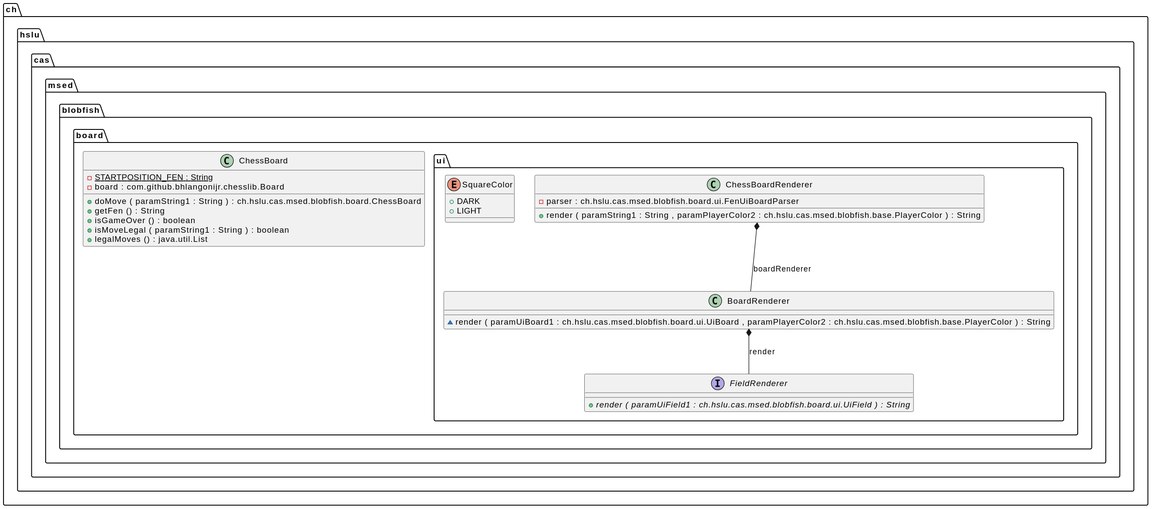
The PlantUML diagram docs/generated-diagrams/board.svg in l2c0r3/blobfish, before a commit. Source of this version:
```plantuml
@startuml
class ch.hslu.cas.msed.blobfish.board.ChessBoard {
	{field} {static} -STARTPOSITION_FEN : String
	{field} -board : com.github.bhlangonijr.chesslib.Board
	{method} +doMove ( paramString1 : String ) : ch.hslu.cas.msed.blobfish.board.ChessBoard
	{method} +getFen () : String
	{method} +isGameOver () : boolean
	{method} +isMoveLegal ( paramString1 : String ) : boolean
	{method} +legalMoves () : java.util.List
}


class ch.hslu.cas.msed.blobfish.board.ui.BoardRenderer {
	{method} ~render ( paramUiBoard1 : ch.hslu.cas.msed.blobfish.board.ui.UiBoard , paramPlayerColor2 : ch.hslu.cas.msed.blobfish.base.PlayerColor ) : String
}


class ch.hslu.cas.msed.blobfish.board.ui.ChessBoardRenderer {
	{field} -parser : ch.hslu.cas.msed.blobfish.board.ui.FenUiBoardParser
	{method} +render ( paramString1 : String , paramPlayerColor2 : ch.hslu.cas.msed.blobfish.base.PlayerColor ) : String
}


interface ch.hslu.cas.msed.blobfish.board.ui.FieldRenderer {
	{method}  {abstract} +render ( paramUiField1 : ch.hslu.cas.msed.blobfish.board.ui.UiField ) : String
}


enum ch.hslu.cas.msed.blobfish.board.ui.SquareColor {
	{field} +DARK
	{field} +LIGHT
}




ch.hslu.cas.msed.blobfish.board.ui.BoardRenderer *--  ch.hslu.cas.msed.blobfish.board.ui.FieldRenderer : render
ch.hslu.cas.msed.blobfish.board.ui.ChessBoardRenderer *--  ch.hslu.cas.msed.blobfish.board.ui.BoardRenderer : boardRenderer
@enduml
```
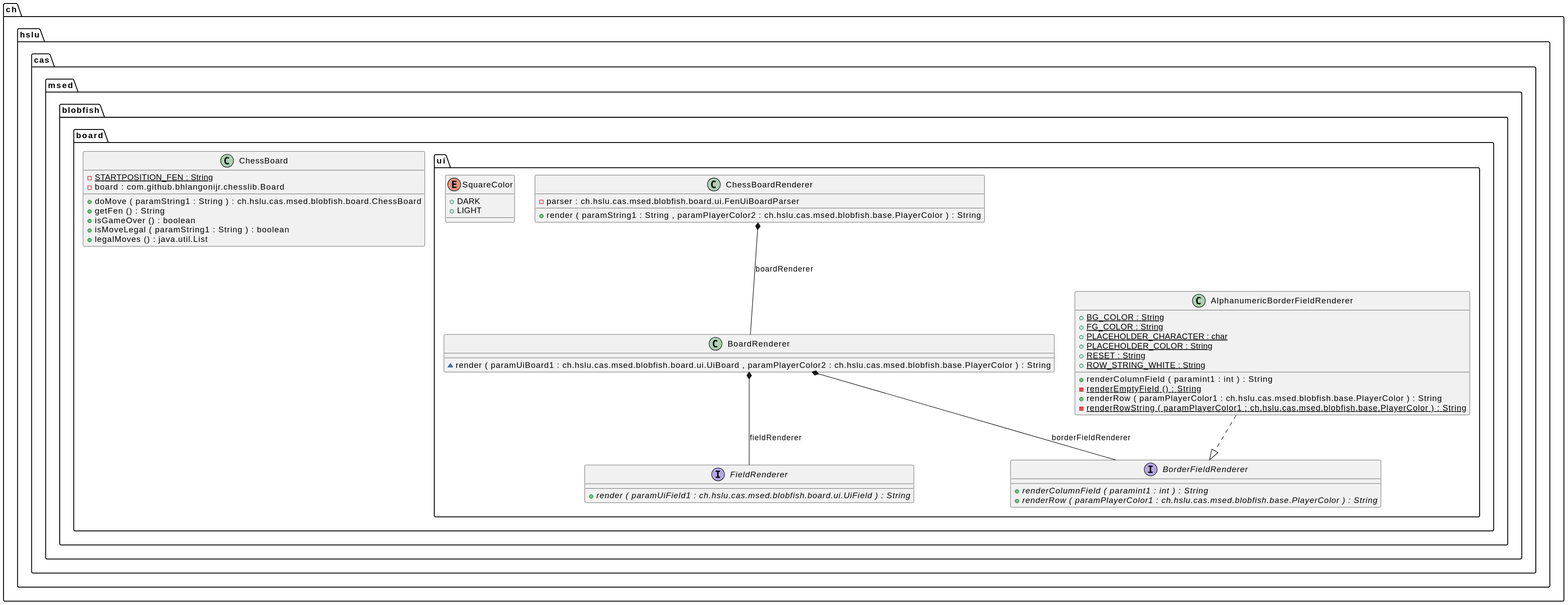
The same diagram one commit later.

Commit message:
update generated UML diagrams

Change to the diagram source:
```diff
@@ -10,8 +10,28 @@
 }
 
 
+class ch.hslu.cas.msed.blobfish.board.ui.AlphanumericBorderFieldRenderer {
+	{field} {static} +BG_COLOR : String
+	{field} {static} +FG_COLOR : String
+	{field} {static} +PLACEHOLDER_CHARACTER : char
+	{field} {static} +PLACEHOLDER_COLOR : String
+	{field} {static} +RESET : String
+	{field} {static} +ROW_STRING_WHITE : String
+	{method} +renderColumnField ( paramint1 : int ) : String
+	{method}  {static} -renderEmptyField () : String
+	{method} +renderRow ( paramPlayerColor1 : ch.hslu.cas.msed.blobfish.base.PlayerColor ) : String
+	{method}  {static} -renderRowString ( paramPlayerColor1 : ch.hslu.cas.msed.blobfish.base.PlayerColor ) : String
+}
+
+
 class ch.hslu.cas.msed.blobfish.board.ui.BoardRenderer {
 	{method} ~render ( paramUiBoard1 : ch.hslu.cas.msed.blobfish.board.ui.UiBoard , paramPlayerColor2 : ch.hslu.cas.msed.blobfish.base.PlayerColor ) : String
+}
+
+
+interface ch.hslu.cas.msed.blobfish.board.ui.BorderFieldRenderer {
+	{method}  {abstract} +renderColumnField ( paramint1 : int ) : String
+	{method}  {abstract} +renderRow ( paramPlayerColor1 : ch.hslu.cas.msed.blobfish.base.PlayerColor ) : String
 }
 
 
@@ -34,6 +54,8 @@
 
 
 
-ch.hslu.cas.msed.blobfish.board.ui.BoardRenderer *--  ch.hslu.cas.msed.blobfish.board.ui.FieldRenderer : render
+ch.hslu.cas.msed.blobfish.board.ui.AlphanumericBorderFieldRenderer ..|>  ch.hslu.cas.msed.blobfish.board.ui.BorderFieldRenderer
+ch.hslu.cas.msed.blobfish.board.ui.BoardRenderer *--  ch.hslu.cas.msed.blobfish.board.ui.BorderFieldRenderer : borderFieldRenderer
+ch.hslu.cas.msed.blobfish.board.ui.BoardRenderer *--  ch.hslu.cas.msed.blobfish.board.ui.FieldRenderer : fieldRenderer
 ch.hslu.cas.msed.blobfish.board.ui.ChessBoardRenderer *--  ch.hslu.cas.msed.blobfish.board.ui.BoardRenderer : boardRenderer
 @enduml
```
